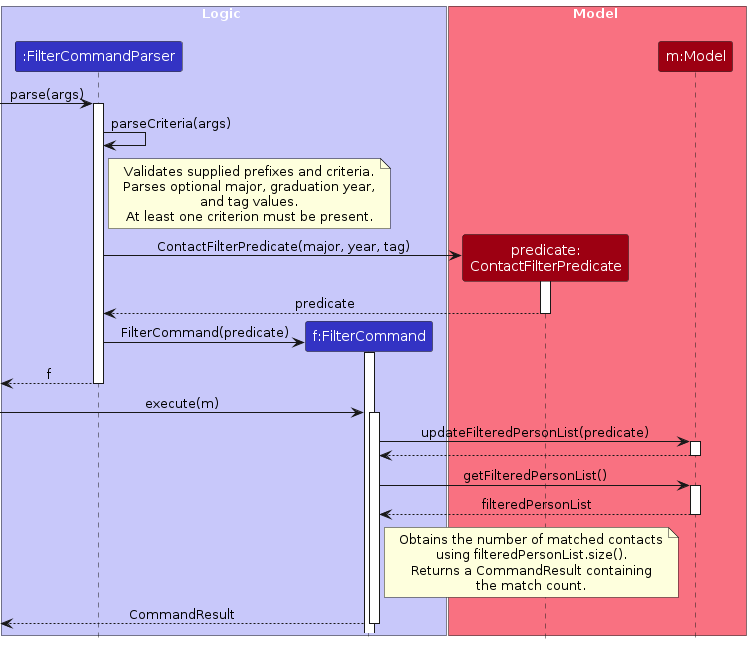
Earlier version of the PlantUML export diagrams/FilterSequenceDiagram.png (AY2627S1-CS2103T-F15-3/tp). Its source is kept beside it as diagrams/FilterSequenceDiagram.puml.
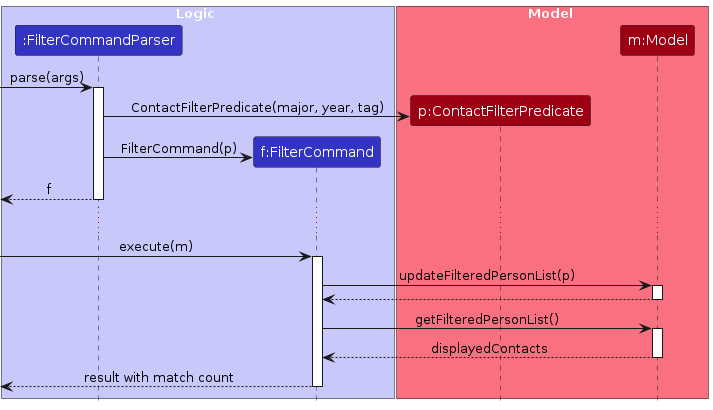
Later version of the same file.

The edit, as a diff of the source:
```diff
@@ -8,57 +8,31 @@
 end box
 
 box Model MODEL_COLOR_T1
-participant "predicate:\nContactFilterPredicate" as Predicate MODEL_COLOR
+participant "p:ContactFilterPredicate" as Predicate MODEL_COLOR
 participant "m:Model" as Model MODEL_COLOR
 end box
 
 [-> Parser : parse(args)
 activate Parser
-
-Parser -> Parser : parseCriteria(args)
-
-note right of Parser
-  Validates supplied prefixes and criteria.
-  Parses optional major, graduation year,
-  and tag values.
-  At least one criterion must be present.
-end note
-
 create Predicate
 Parser -> Predicate : ContactFilterPredicate(major, year, tag)
-activate Predicate
-Predicate --> Parser : predicate
-deactivate Predicate
-
 create Command
-Parser -> Command : FilterCommand(predicate)
-activate Command
-deactivate Command
-
+Parser -> Command : FilterCommand(p)
 [<-- Parser : f
 deactivate Parser
 
+...
+
 [-> Command : execute(m)
 activate Command
-
-Command -> Model : updateFilteredPersonList(predicate)
+Command -> Model : updateFilteredPersonList(p)
 activate Model
 Model --> Command
 deactivate Model
-
 Command -> Model : getFilteredPersonList()
 activate Model
-Model --> Command : filteredPersonList
+Model --> Command : displayedContacts
 deactivate Model
-
-note right of Command
-  Obtains the number of matched contacts
-  using filteredPersonList.size().
-  Returns a CommandResult containing
-  the match count.
-end note
-
-[<-- Command : CommandResult
+[<-- Command : result with match count
 deactivate Command
-
 @enduml
```
